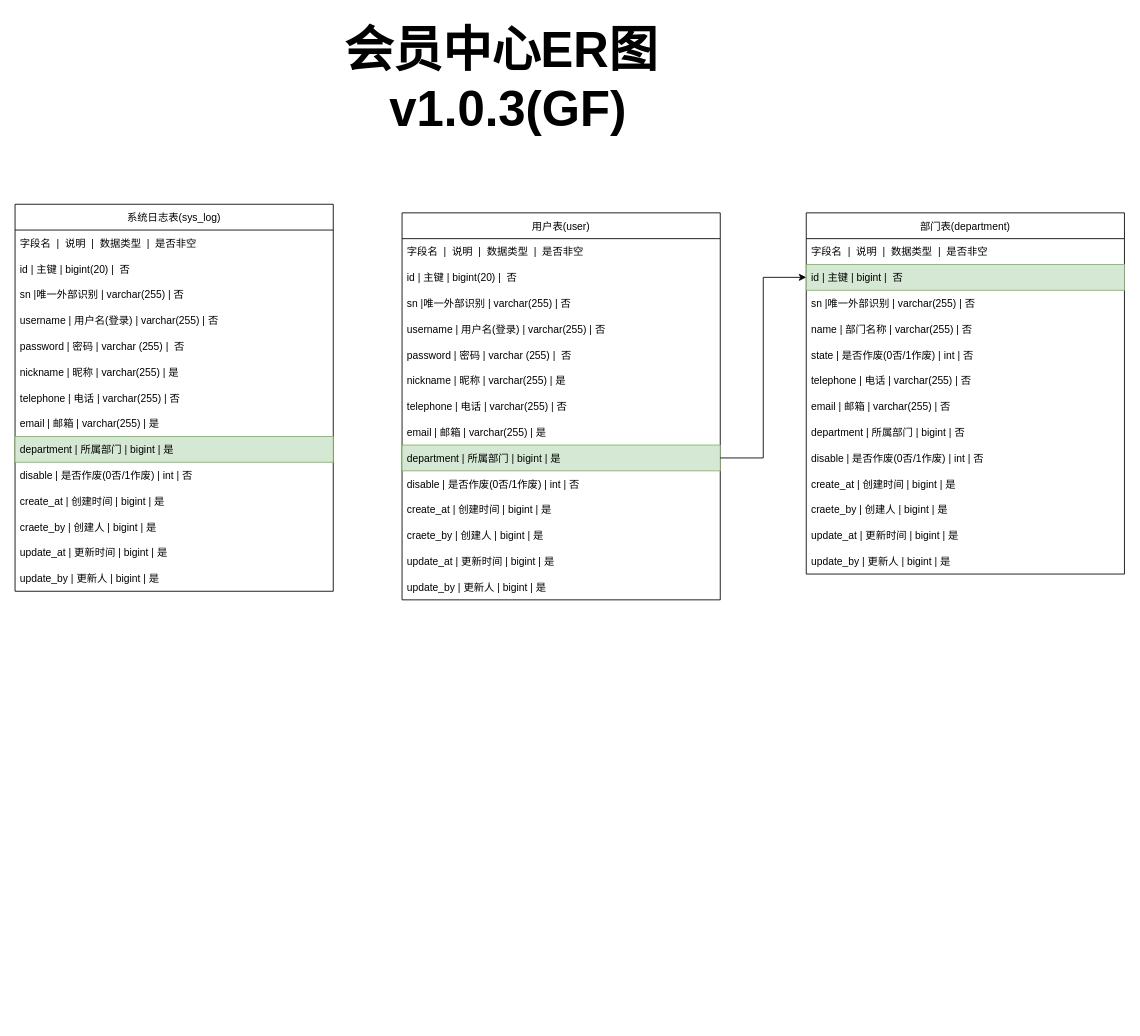
Above: er/tf/会员中心.drawio in GF521123/file (draw.io), before the change. Source tidied: cells renumbered, new cells numbered last; positions are measured from the earlier drawing's top-left corner, leaving out a move shared by most shapes. Both pictures are drawn from the tidied source at 86%, with x=0, y=0 at pixel (15, 15).
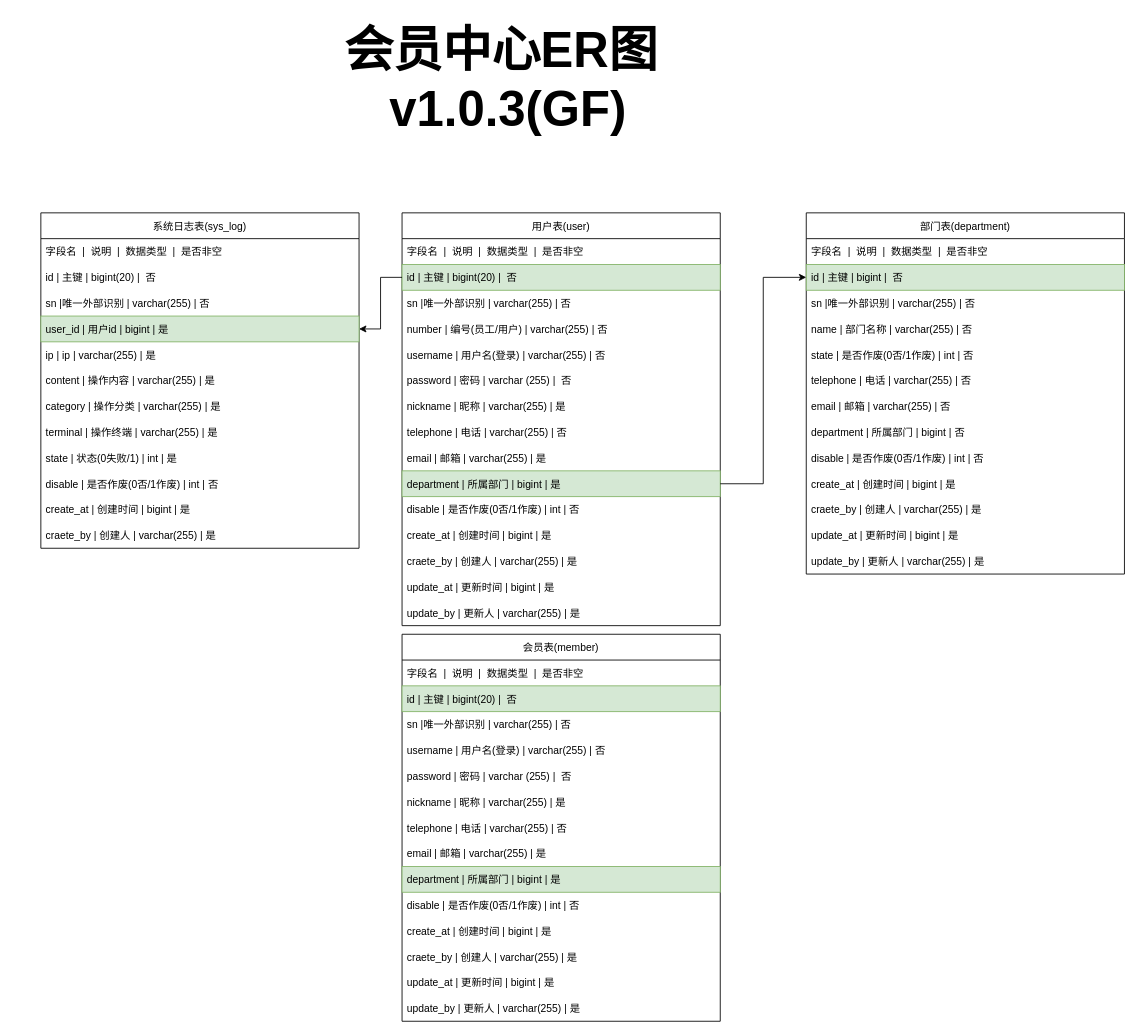
Above is the later version.

Commit message (it also covers changes not shown here):
更新会员中心.drawio

The change refers to these unchanged cells:
```xml
<mxCell id="18" value="部门表(department)" style="swimlane;fontStyle=0;horizontal=1;startSize=30;" parent="1" vertex="1">
  <mxGeometry x="920" y="230" width="370" height="420" as="geometry" />
</mxCell>
```

The edit, as a diff of the source:
```diff
@@
     <mxCell id="3" value="用户表(user)" style="swimlane;fontStyle=0;horizontal=1;startSize=30;" parent="1" vertex="1">
-      <mxGeometry x="450" y="230" width="370" height="450" as="geometry" />
+      <mxGeometry x="450" y="230" width="370" height="480" as="geometry" />
     </mxCell>
@@
-    <mxCell id="5" value="id | 主键 | bigint(20) |  否" style="text;strokeColor=none;fillColor=none;align=left;verticalAlign=middle;spacingLeft=4;spacingRight=4;overflow=hidden;points=[[0,0.5],[1,0.5]];portConstraint=eastwest;" parent="3" vertex="1">
+    <mxCell id="5" value="id | 主键 | bigint(20) |  否" style="text;strokeColor=#82b366;fillColor=#d5e8d4;align=left;verticalAlign=middle;spacingLeft=4;spacingRight=4;overflow=hidden;points=[[0,0.5],[1,0.5]];portConstraint=eastwest;" parent="3" vertex="1">
       <mxGeometry y="60" width="370" height="30" as="geometry" />
     </mxCell>
@@
+    <mxCell id="48" value="number | 编号(员工/用户) | varchar(255) | 否" style="text;strokeColor=none;fillColor=none;align=left;verticalAlign=middle;spacingLeft=4;spacingRight=4;overflow=hidden;" parent="3" vertex="1">
+      <mxGeometry y="120" width="370" height="30" as="geometry" />
+    </mxCell>
     <mxCell id="7" value="username | 用户名(登录) | varchar(255) | 否  " style="text;strokeColor=none;fillColor=none;align=left;verticalAlign=middle;spacingLeft=4;spacingRight=4;overflow=hidden;" parent="3" vertex="1">
-      <mxGeometry y="120" width="370" height="30" as="geometry" />
+      <mxGeometry y="150" width="370" height="30" as="geometry" />
     </mxCell>
     <mxCell id="8" value="password | 密码 | varchar (255) |  否" style="text;strokeColor=none;fillColor=none;align=left;verticalAlign=middle;spacingLeft=4;spacingRight=4;overflow=hidden;" parent="3" vertex="1">
-      <mxGeometry y="150" width="370" height="30" as="geometry" />
+      <mxGeometry y="180" width="370" height="30" as="geometry" />
     </mxCell>
     <mxCell id="9" value="nickname | 昵称 | varchar(255) | 是" style="text;strokeColor=none;fillColor=none;align=left;verticalAlign=middle;spacingLeft=4;spacingRight=4;overflow=hidden;" parent="3" vertex="1">
-      <mxGeometry y="180" width="370" height="30" as="geometry" />
+      <mxGeometry y="210" width="370" height="30" as="geometry" />
     </mxCell>
     <mxCell id="10" value="telephone | 电话 | varchar(255) | 否" style="text;strokeColor=none;fillColor=none;align=left;verticalAlign=middle;spacingLeft=4;spacingRight=4;overflow=hidden;" parent="3" vertex="1">
-      <mxGeometry y="210" width="370" height="30" as="geometry" />
+      <mxGeometry y="240" width="370" height="30" as="geometry" />
     </mxCell>
     <mxCell id="11" value="email | 邮箱 | varchar(255) | 是" style="text;strokeColor=none;fillColor=none;align=left;verticalAlign=middle;spacingLeft=4;spacingRight=4;overflow=hidden;" parent="3" vertex="1">
-      <mxGeometry y="240" width="370" height="30" as="geometry" />
+      <mxGeometry y="270" width="370" height="30" as="geometry" />
     </mxCell>
     <mxCell id="12" value="department | 所属部门 | bigint | 是" style="text;strokeColor=#82b366;fillColor=#d5e8d4;align=left;verticalAlign=middle;spacingLeft=4;spacingRight=4;overflow=hidden;points=[[0,0.5],[1,0.5]];portConstraint=eastwest;" parent="3" vertex="1">
-      <mxGeometry y="270" width="370" height="30" as="geometry" />
+      <mxGeometry y="300" width="370" height="30" as="geometry" />
     </mxCell>
     <mxCell id="13" value="disable | 是否作废(0否/1作废) | int | 否" style="text;strokeColor=none;fillColor=none;align=left;verticalAlign=middle;spacingLeft=4;spacingRight=4;overflow=hidden;" parent="3" vertex="1">
-      <mxGeometry y="300" width="370" height="30" as="geometry" />
+      <mxGeometry y="330" width="370" height="30" as="geometry" />
     </mxCell>
     <mxCell id="14" value="create_at | 创建时间 | bigint | 是" style="text;strokeColor=none;fillColor=none;align=left;verticalAlign=middle;spacingLeft=4;spacingRight=4;overflow=hidden;" parent="3" vertex="1">
-      <mxGeometry y="330" width="370" height="30" as="geometry" />
+      <mxGeometry y="360" width="370" height="30" as="geometry" />
     </mxCell>
-    <mxCell id="15" value="craete_by | 创建人 | bigint | 是" style="text;strokeColor=none;fillColor=none;align=left;verticalAlign=middle;spacingLeft=4;spacingRight=4;overflow=hidden;" parent="3" vertex="1">
-      <mxGeometry y="360" width="370" height="30" as="geometry" />
+    <mxCell id="15" value="craete_by | 创建人 | varchar(255) | 是" style="text;strokeColor=none;fillColor=none;align=left;verticalAlign=middle;spacingLeft=4;spacingRight=4;overflow=hidden;" parent="3" vertex="1">
+      <mxGeometry y="390" width="370" height="30" as="geometry" />
     </mxCell>
     <mxCell id="16" value="update_at | 更新时间 | bigint | 是" style="text;strokeColor=none;fillColor=none;align=left;verticalAlign=middle;spacingLeft=4;spacingRight=4;overflow=hidden;" parent="3" vertex="1">
-      <mxGeometry y="390" width="370" height="30" as="geometry" />
+      <mxGeometry y="420" width="370" height="30" as="geometry" />
     </mxCell>
-    <mxCell id="17" value="update_by | 更新人 | bigint | 是" style="text;strokeColor=none;fillColor=none;align=left;verticalAlign=middle;spacingLeft=4;spacingRight=4;overflow=hidden;" parent="3" vertex="1">
-      <mxGeometry y="420" width="370" height="30" as="geometry" />
+    <mxCell id="17" value="update_by | 更新人 | varchar(255) | 是" style="text;strokeColor=none;fillColor=none;align=left;verticalAlign=middle;spacingLeft=4;spacingRight=4;overflow=hidden;" parent="3" vertex="1">
+      <mxGeometry y="450" width="370" height="30" as="geometry" />
     </mxCell>
@@
-    <mxCell id="29" value="craete_by | 创建人 | bigint | 是" style="text;strokeColor=none;fillColor=none;align=left;verticalAlign=middle;spacingLeft=4;spacingRight=4;overflow=hidden;" parent="18" vertex="1">
+    <mxCell id="29" value="craete_by | 创建人 | varchar(255) | 是" style="text;strokeColor=none;fillColor=none;align=left;verticalAlign=middle;spacingLeft=4;spacingRight=4;overflow=hidden;" parent="18" vertex="1">
       <mxGeometry y="330" width="370" height="30" as="geometry" />
     </mxCell>
@@
-    <mxCell id="31" value="update_by | 更新人 | bigint | 是" style="text;strokeColor=none;fillColor=none;align=left;verticalAlign=middle;spacingLeft=4;spacingRight=4;overflow=hidden;" parent="18" vertex="1">
+    <mxCell id="31" value="update_by | 更新人 | varchar(255) | 是" style="text;strokeColor=none;fillColor=none;align=left;verticalAlign=middle;spacingLeft=4;spacingRight=4;overflow=hidden;" parent="18" vertex="1">
       <mxGeometry y="390" width="370" height="30" as="geometry" />
     </mxCell>
@@
     <mxCell id="33" value="系统日志表(sys_log)" style="swimlane;fontStyle=0;horizontal=1;startSize=30;" parent="1" vertex="1">
-      <mxGeometry y="220" width="370" height="450" as="geometry" />
+      <mxGeometry x="30" y="230" width="370" height="390" as="geometry" />
     </mxCell>
@@
-    <mxCell id="37" value="username | 用户名(登录) | varchar(255) | 否  " style="text;strokeColor=none;fillColor=none;align=left;verticalAlign=middle;spacingLeft=4;spacingRight=4;overflow=hidden;points=[[0,0.5],[1,0.5]];portConstraint=eastwest;" parent="33" vertex="1">
+    <mxCell id="37" value="user_id | 用户id | bigint | 是" style="text;strokeColor=#82b366;fillColor=#d5e8d4;align=left;verticalAlign=middle;spacingLeft=4;spacingRight=4;overflow=hidden;points=[[0,0.5],[1,0.5]];portConstraint=eastwest;" parent="33" vertex="1">
       <mxGeometry y="120" width="370" height="30" as="geometry" />
     </mxCell>
-    <mxCell id="38" value="password | 密码 | varchar (255) |  否" style="text;strokeColor=none;fillColor=none;align=left;verticalAlign=middle;spacingLeft=4;spacingRight=4;overflow=hidden;" parent="33" vertex="1">
+    <mxCell id="38" value="ip | ip | varchar(255) | 是" style="text;strokeColor=none;fillColor=none;align=left;verticalAlign=middle;spacingLeft=4;spacingRight=4;overflow=hidden;" parent="33" vertex="1">
       <mxGeometry y="150" width="370" height="30" as="geometry" />
     </mxCell>
-    <mxCell id="39" value="nickname | 昵称 | varchar(255) | 是" style="text;strokeColor=none;fillColor=none;align=left;verticalAlign=middle;spacingLeft=4;spacingRight=4;overflow=hidden;" parent="33" vertex="1">
+    <mxCell id="39" value="content | 操作内容 | varchar(255) | 是" style="text;strokeColor=none;fillColor=none;align=left;verticalAlign=middle;spacingLeft=4;spacingRight=4;overflow=hidden;" parent="33" vertex="1">
       <mxGeometry y="180" width="370" height="30" as="geometry" />
     </mxCell>
+    <mxCell id="49" value="category | 操作分类 | varchar(255) | 是" style="text;strokeColor=none;fillColor=none;align=left;verticalAlign=middle;spacingLeft=4;spacingRight=4;overflow=hidden;" parent="33" vertex="1">
+      <mxGeometry y="210" width="370" height="30" as="geometry" />
+    </mxCell>
+    <mxCell id="50" value="terminal | 操作终端 | varchar(255) | 是" style="text;strokeColor=none;fillColor=none;align=left;verticalAlign=middle;spacingLeft=4;spacingRight=4;overflow=hidden;" parent="33" vertex="1">
+      <mxGeometry y="240" width="370" height="30" as="geometry" />
+    </mxCell>
+    <mxCell id="51" value="state | 状态(0失败/1) | int | 是" style="text;strokeColor=none;fillColor=none;align=left;verticalAlign=middle;spacingLeft=4;spacingRight=4;overflow=hidden;" parent="33" vertex="1">
+      <mxGeometry y="270" width="370" height="30" as="geometry" />
+    </mxCell>
+    <mxCell id="43" value="disable | 是否作废(0否/1作废) | int | 否" style="text;strokeColor=none;fillColor=none;align=left;verticalAlign=middle;spacingLeft=4;spacingRight=4;overflow=hidden;" parent="33" vertex="1">
+      <mxGeometry y="300" width="370" height="30" as="geometry" />
+    </mxCell>
+    <mxCell id="44" value="create_at | 创建时间 | bigint | 是" style="text;strokeColor=none;fillColor=none;align=left;verticalAlign=middle;spacingLeft=4;spacingRight=4;overflow=hidden;" parent="33" vertex="1">
+      <mxGeometry y="330" width="370" height="30" as="geometry" />
+    </mxCell>
+    <mxCell id="45" value="craete_by | 创建人 | varchar(255) | 是" style="text;strokeColor=none;fillColor=none;align=left;verticalAlign=middle;spacingLeft=4;spacingRight=4;overflow=hidden;" parent="33" vertex="1">
+      <mxGeometry y="360" width="370" height="30" as="geometry" />
+    </mxCell>
+    <mxCell id="52" style="edgeStyle=orthogonalEdgeStyle;rounded=0;jettySize=auto;html=1;" parent="1" edge="1" source="5" target="37">
+      <mxGeometry relative="1" as="geometry" />
+    </mxCell>
+    <mxCell id="53" value="会员表(member)" style="swimlane;fontStyle=0;horizontal=1;startSize=30;" parent="1" vertex="1">
+      <mxGeometry x="450" y="720" width="370" height="450" as="geometry" />
+    </mxCell>
+    <mxCell id="54" value="字段名  |  说明  |  数据类型  |  是否非空" style="text;strokeColor=none;fillColor=none;align=left;verticalAlign=middle;spacingLeft=4;spacingRight=4;overflow=hidden;" parent="53" vertex="1">
+      <mxGeometry y="30" width="370" height="30" as="geometry" />
+    </mxCell>
+    <mxCell id="55" value="id | 主键 | bigint(20) |  否" style="text;strokeColor=#82b366;fillColor=#d5e8d4;align=left;verticalAlign=middle;spacingLeft=4;spacingRight=4;overflow=hidden;" parent="53" vertex="1">
+      <mxGeometry y="60" width="370" height="30" as="geometry" />
+    </mxCell>
+    <mxCell id="56" value="sn |唯一外部识别 | varchar(255) | 否" style="text;strokeColor=none;fillColor=none;align=left;verticalAlign=middle;spacingLeft=4;spacingRight=4;overflow=hidden;" parent="53" vertex="1">
+      <mxGeometry y="90" width="370" height="30" as="geometry" />
+    </mxCell>
+    <mxCell id="57" value="username | 用户名(登录) | varchar(255) | 否  " style="text;strokeColor=none;fillColor=none;align=left;verticalAlign=middle;spacingLeft=4;spacingRight=4;overflow=hidden;" parent="53" vertex="1">
+      <mxGeometry y="120" width="370" height="30" as="geometry" />
+    </mxCell>
+    <mxCell id="58" value="password | 密码 | varchar (255) |  否" style="text;strokeColor=none;fillColor=none;align=left;verticalAlign=middle;spacingLeft=4;spacingRight=4;overflow=hidden;" parent="53" vertex="1">
+      <mxGeometry y="150" width="370" height="30" as="geometry" />
+    </mxCell>
+    <mxCell id="59" value="nickname | 昵称 | varchar(255) | 是" style="text;strokeColor=none;fillColor=none;align=left;verticalAlign=middle;spacingLeft=4;spacingRight=4;overflow=hidden;" parent="53" vertex="1">
+      <mxGeometry y="180" width="370" height="30" as="geometry" />
+    </mxCell>
-    <mxCell id="40" value="telephone | 电话 | varchar(255) | 否" style="text;strokeColor=none;fillColor=none;align=left;verticalAlign=middle;spacingLeft=4;spacingRight=4;overflow=hidden;" parent="33" vertex="1">
+    <mxCell id="40" value="telephone | 电话 | varchar(255) | 否" style="text;strokeColor=none;fillColor=none;align=left;verticalAlign=middle;spacingLeft=4;spacingRight=4;overflow=hidden;" parent="53" vertex="1">
       <mxGeometry y="210" width="370" height="30" as="geometry" />
     </mxCell>
-    <mxCell id="41" value="email | 邮箱 | varchar(255) | 是" style="text;strokeColor=none;fillColor=none;align=left;verticalAlign=middle;spacingLeft=4;spacingRight=4;overflow=hidden;" parent="33" vertex="1">
+    <mxCell id="41" value="email | 邮箱 | varchar(255) | 是" style="text;strokeColor=none;fillColor=none;align=left;verticalAlign=middle;spacingLeft=4;spacingRight=4;overflow=hidden;" parent="53" vertex="1">
       <mxGeometry y="240" width="370" height="30" as="geometry" />
     </mxCell>
-    <mxCell id="42" value="department | 所属部门 | bigint | 是" style="text;strokeColor=#82b366;fillColor=#d5e8d4;align=left;verticalAlign=middle;spacingLeft=4;spacingRight=4;overflow=hidden;" parent="33" vertex="1">
+    <mxCell id="42" value="department | 所属部门 | bigint | 是" style="text;strokeColor=#82b366;fillColor=#d5e8d4;align=left;verticalAlign=middle;spacingLeft=4;spacingRight=4;overflow=hidden;" parent="53" vertex="1">
       <mxGeometry y="270" width="370" height="30" as="geometry" />
     </mxCell>
-    <mxCell id="43" value="disable | 是否作废(0否/1作废) | int | 否" style="text;strokeColor=none;fillColor=none;align=left;verticalAlign=middle;spacingLeft=4;spacingRight=4;overflow=hidden;" parent="33" vertex="1">
-      <mxGeometry y="300" width="370" height="30" as="geometry" />
-    </mxCell>
-    <mxCell id="44" value="create_at | 创建时间 | bigint | 是" style="text;strokeColor=none;fillColor=none;align=left;verticalAlign=middle;spacingLeft=4;spacingRight=4;overflow=hidden;" parent="33" vertex="1">
-      <mxGeometry y="330" width="370" height="30" as="geometry" />
-    </mxCell>
-    <mxCell id="45" value="craete_by | 创建人 | bigint | 是" style="text;strokeColor=none;fillColor=none;align=left;verticalAlign=middle;spacingLeft=4;spacingRight=4;overflow=hidden;" parent="33" vertex="1">
-      <mxGeometry y="360" width="370" height="30" as="geometry" />
-    </mxCell>
+    <mxCell id="60" value="disable | 是否作废(0否/1作废) | int | 否" style="text;strokeColor=none;fillColor=none;align=left;verticalAlign=middle;spacingLeft=4;spacingRight=4;overflow=hidden;" parent="53" vertex="1">
+      <mxGeometry y="300" width="370" height="30" as="geometry" />
+    </mxCell>
+    <mxCell id="61" value="create_at | 创建时间 | bigint | 是" style="text;strokeColor=none;fillColor=none;align=left;verticalAlign=middle;spacingLeft=4;spacingRight=4;overflow=hidden;" parent="53" vertex="1">
+      <mxGeometry y="330" width="370" height="30" as="geometry" />
+    </mxCell>
+    <mxCell id="62" value="craete_by | 创建人 | varchar(255) | 是" style="text;strokeColor=none;fillColor=none;align=left;verticalAlign=middle;spacingLeft=4;spacingRight=4;overflow=hidden;" parent="53" vertex="1">
+      <mxGeometry y="360" width="370" height="30" as="geometry" />
+    </mxCell>
-    <mxCell id="46" value="update_at | 更新时间 | bigint | 是" style="text;strokeColor=none;fillColor=none;align=left;verticalAlign=middle;spacingLeft=4;spacingRight=4;overflow=hidden;" parent="33" vertex="1">
+    <mxCell id="46" value="update_at | 更新时间 | bigint | 是" style="text;strokeColor=none;fillColor=none;align=left;verticalAlign=middle;spacingLeft=4;spacingRight=4;overflow=hidden;" parent="53" vertex="1">
       <mxGeometry y="390" width="370" height="30" as="geometry" />
     </mxCell>
-    <mxCell id="47" value="update_by | 更新人 | bigint | 是" style="text;strokeColor=none;fillColor=none;align=left;verticalAlign=middle;spacingLeft=4;spacingRight=4;overflow=hidden;" parent="33" vertex="1">
-      <mxGeometry y="420" width="370" height="30" as="geometry" />
-    </mxCell>
+    <mxCell id="63" value="update_by | 更新人 | varchar(255) | 是" style="text;strokeColor=none;fillColor=none;align=left;verticalAlign=middle;spacingLeft=4;spacingRight=4;overflow=hidden;" parent="53" vertex="1">
+      <mxGeometry y="420" width="370" height="30" as="geometry" />
+    </mxCell>
```
